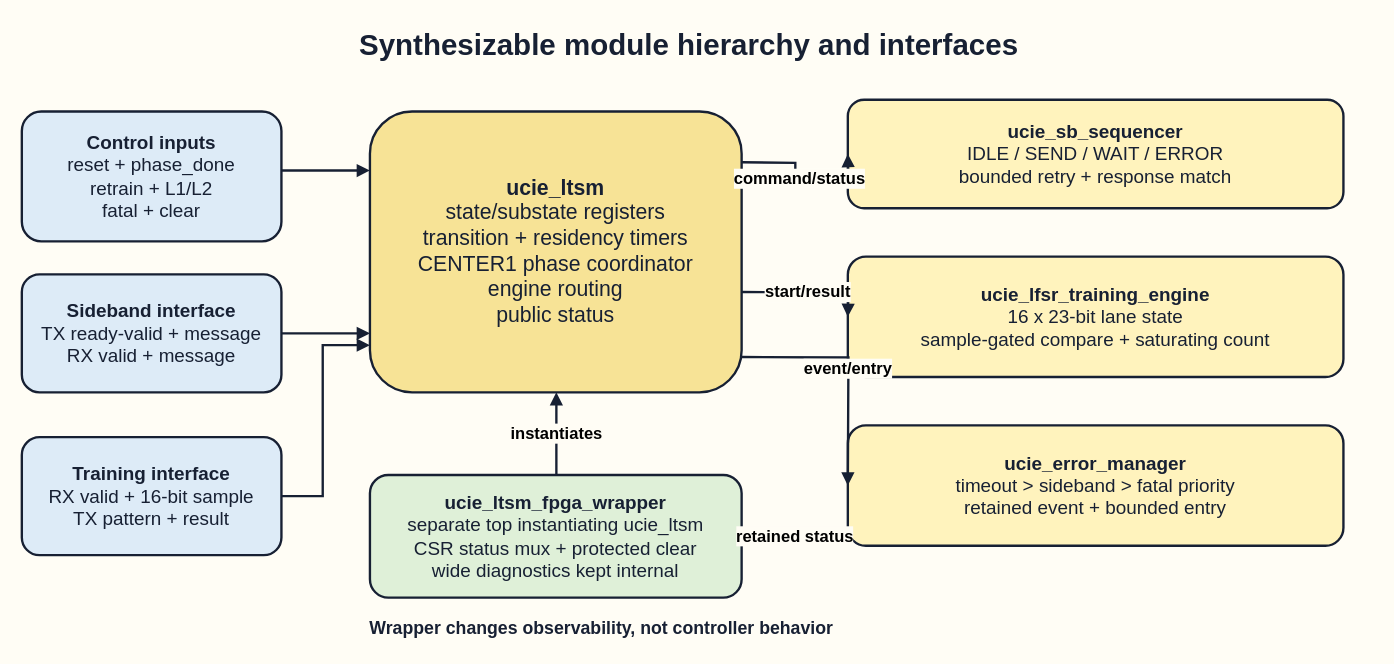
Varadain/ucie-ltsm keeps this draw.io diagram as journal/figures/source/fig02_rtl_architecture.drawio. Above is the earlier version. Source tidied: cells renumbered, new cells numbered last; positions are measured from the earlier drawing's top-left corner, leaving out a move shared by most shapes. Both pictures are drawn from the tidied source at 118%, with x=0, y=0 at pixel (21, 20).
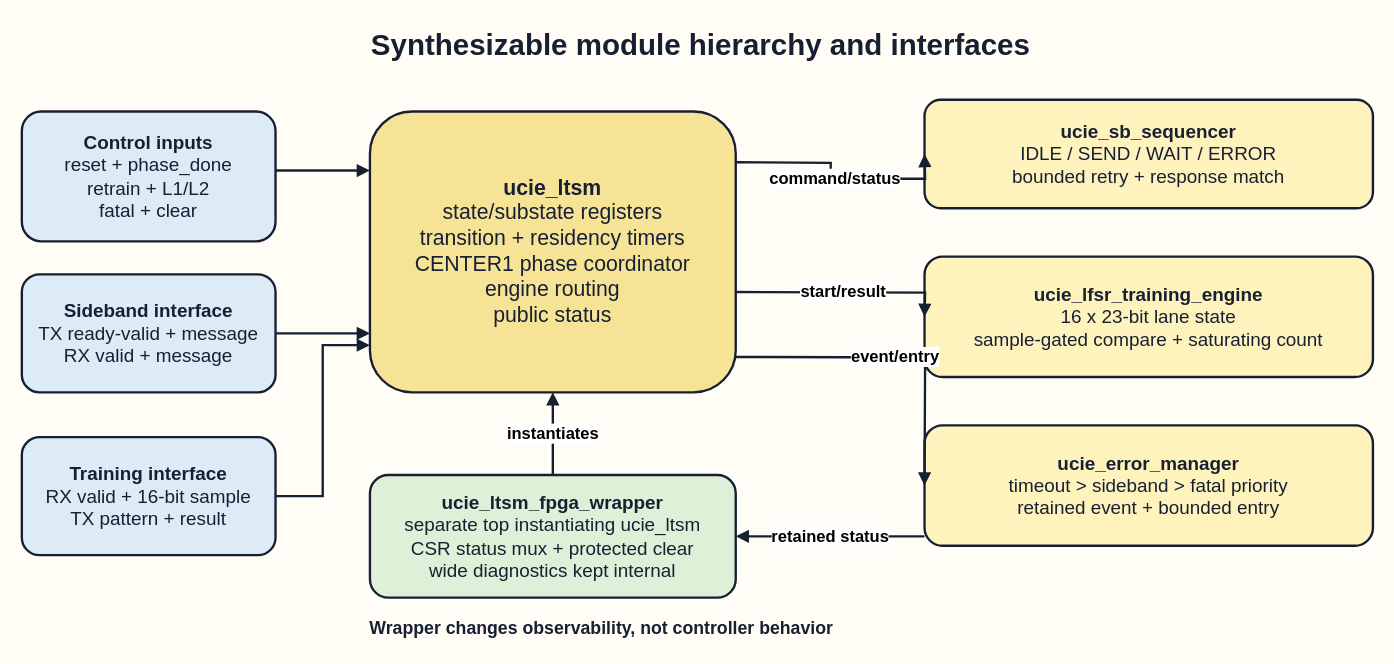
After the change.

The edit, as a diff of the source:
```diff
@@
     <mxCell id="2" value="Synthesizable module hierarchy and interfaces" style="text;html=1;align=center;verticalAlign=middle;fontFamily=Arial;fontSize=25;fontStyle=1;fontColor=#172033;" parent="1" vertex="1">
-      <mxGeometry x="165" width="800" height="40" as="geometry" />
+      <mxGeometry x="175" width="800" height="40" as="geometry" />
     </mxCell>
     <mxCell id="3" value="&lt;b&gt;Control inputs&lt;/b&gt;&lt;br&gt;reset + phase_done&lt;br&gt;retrain + L1/L2&lt;br&gt;fatal + clear" style="rounded=1;whiteSpace=wrap;html=1;fillColor=#DDEBF7;strokeColor=#172033;strokeWidth=2;fontFamily=Arial;fontSize=16;fontColor=#172033;dashed=0;spacing=8;" parent="1" vertex="1">
-      <mxGeometry y="77" width="220" height="110" as="geometry" />
+      <mxGeometry y="77" width="215" height="110" as="geometry" />
     </mxCell>
     <mxCell id="4" value="&lt;b&gt;Sideband interface&lt;/b&gt;&lt;br&gt;TX ready-valid + message&lt;br&gt;RX valid + message" style="rounded=1;whiteSpace=wrap;html=1;fillColor=#DDEBF7;strokeColor=#172033;strokeWidth=2;fontFamily=Arial;fontSize=16;fontColor=#172033;dashed=0;spacing=8;" parent="1" vertex="1">
-      <mxGeometry y="215" width="220" height="100" as="geometry" />
+      <mxGeometry y="215" width="215" height="100" as="geometry" />
     </mxCell>
     <mxCell id="5" value="&lt;b&gt;Training interface&lt;/b&gt;&lt;br&gt;RX valid + 16-bit sample&lt;br&gt;TX pattern + result" style="rounded=1;whiteSpace=wrap;html=1;fillColor=#DDEBF7;strokeColor=#172033;strokeWidth=2;fontFamily=Arial;fontSize=16;fontColor=#172033;dashed=0;spacing=8;" parent="1" vertex="1">
-      <mxGeometry y="353" width="220" height="100" as="geometry" />
+      <mxGeometry y="353" width="215" height="100" as="geometry" />
     </mxCell>
     <mxCell id="6" value="&lt;b&gt;ucie_ltsm&lt;/b&gt;&lt;br&gt;state/substate registers&lt;br&gt;transition + residency timers&lt;br&gt;CENTER1 phase coordinator&lt;br&gt;engine routing&lt;br&gt;public status" style="rounded=1;whiteSpace=wrap;html=1;fillColor=#F7E396;strokeColor=#172033;strokeWidth=2;fontFamily=Arial;fontSize=18;fontColor=#172033;dashed=0;spacing=8;" parent="1" vertex="1">
-      <mxGeometry x="295" y="77" width="315" height="238" as="geometry" />
+      <mxGeometry x="295" y="77" width="310" height="238" as="geometry" />
     </mxCell>
     <mxCell id="7" value="&lt;b&gt;ucie_sb_sequencer&lt;/b&gt;&lt;br&gt;IDLE / SEND / WAIT / ERROR&lt;br&gt;bounded retry + response match" style="rounded=1;whiteSpace=wrap;html=1;fillColor=#FFF3BD;strokeColor=#172033;strokeWidth=2;fontFamily=Arial;fontSize=16;fontColor=#172033;dashed=0;spacing=8;" parent="1" vertex="1">
-      <mxGeometry x="700" y="67" width="420" height="92" as="geometry" />
+      <mxGeometry x="765" y="67" width="380" height="92" as="geometry" />
     </mxCell>
     <mxCell id="8" value="&lt;b&gt;ucie_lfsr_training_engine&lt;/b&gt;&lt;br&gt;16 x 23-bit lane state&lt;br&gt;sample-gated compare + saturating count" style="rounded=1;whiteSpace=wrap;html=1;fillColor=#FFF3BD;strokeColor=#172033;strokeWidth=2;fontFamily=Arial;fontSize=16;fontColor=#172033;dashed=0;spacing=8;" parent="1" vertex="1">
-      <mxGeometry x="700" y="200" width="420" height="102" as="geometry" />
+      <mxGeometry x="765" y="200" width="380" height="102" as="geometry" />
     </mxCell>
     <mxCell id="9" value="&lt;b&gt;ucie_error_manager&lt;/b&gt;&lt;br&gt;timeout &amp;gt; sideband &amp;gt; fatal priority&lt;br&gt;retained event + bounded entry" style="rounded=1;whiteSpace=wrap;html=1;fillColor=#FFF3BD;strokeColor=#172033;strokeWidth=2;fontFamily=Arial;fontSize=16;fontColor=#172033;dashed=0;spacing=8;" parent="1" vertex="1">
-      <mxGeometry x="700" y="343" width="420" height="102" as="geometry" />
+      <mxGeometry x="765" y="343" width="380" height="102" as="geometry" />
     </mxCell>
     <mxCell id="10" value="&lt;b&gt;ucie_ltsm_fpga_wrapper&lt;/b&gt;&lt;br&gt;separate top instantiating ucie_ltsm&lt;br&gt;CSR status mux + protected clear&lt;br&gt;wide diagnostics kept internal" style="rounded=1;whiteSpace=wrap;html=1;fillColor=#DFF0D8;strokeColor=#172033;strokeWidth=2;fontFamily=Arial;fontSize=16;fontColor=#172033;dashed=0;spacing=8;" parent="1" vertex="1">
-      <mxGeometry x="295" y="385" width="315" height="104" as="geometry" />
+      <mxGeometry x="295" y="385" width="310" height="104" as="geometry" />
     </mxCell>
-    <mxCell id="11" style="edgeStyle=orthogonalEdgeStyle;rounded=0;orthogonalLoop=1;jettySize=auto;html=1;endArrow=block;endFill=1;strokeWidth=2;strokeColor=#172033;dashed=0;fontFamily=Arial;fontSize=14;fontStyle=1;labelBackgroundColor=#FFFDF5;" parent="1" edge="1">
+    <mxCell id="11" style="edgeStyle=orthogonalEdgeStyle;rounded=0;orthogonalLoop=1;jettySize=auto;html=1;endArrow=block;endFill=1;strokeWidth=2;strokeColor=#172033;dashed=0;fontFamily=Arial;fontSize=14;fontStyle=1;labelBackgroundColor=#ffffff;" parent="1" edge="1">
       <mxGeometry relative="1" as="geometry">
-        <mxPoint x="220" y="127" as="sourcePoint" />
+        <mxPoint x="215" y="127" as="sourcePoint" />
         <mxPoint x="295" y="127" as="targetPoint" />
       </mxGeometry>
     </mxCell>
-    <mxCell id="12" style="edgeStyle=orthogonalEdgeStyle;rounded=0;orthogonalLoop=1;jettySize=auto;html=1;endArrow=block;endFill=1;strokeWidth=2;strokeColor=#172033;dashed=0;fontFamily=Arial;fontSize=14;fontStyle=1;labelBackgroundColor=#FFFDF5;" parent="1" edge="1">
+    <mxCell id="12" style="edgeStyle=orthogonalEdgeStyle;rounded=0;orthogonalLoop=1;jettySize=auto;html=1;endArrow=block;endFill=1;strokeWidth=2;strokeColor=#172033;dashed=0;fontFamily=Arial;fontSize=14;fontStyle=1;labelBackgroundColor=#ffffff;" parent="1" edge="1">
       <mxGeometry relative="1" as="geometry">
-        <mxPoint x="220" y="265" as="sourcePoint" />
+        <mxPoint x="215" y="265" as="sourcePoint" />
         <mxPoint x="295" y="265" as="targetPoint" />
       </mxGeometry>
     </mxCell>
-    <mxCell id="13" style="edgeStyle=orthogonalEdgeStyle;rounded=0;orthogonalLoop=1;jettySize=auto;html=1;endArrow=block;endFill=1;strokeWidth=2;strokeColor=#172033;dashed=0;fontFamily=Arial;fontSize=14;fontStyle=1;labelBackgroundColor=#FFFDF5;" parent="1" edge="1">
+    <mxCell id="13" style="edgeStyle=orthogonalEdgeStyle;rounded=0;orthogonalLoop=1;jettySize=auto;html=1;endArrow=block;endFill=1;strokeWidth=2;strokeColor=#172033;dashed=0;fontFamily=Arial;fontSize=14;fontStyle=1;labelBackgroundColor=#ffffff;" parent="1" edge="1">
       <mxGeometry relative="1" as="geometry">
-        <mxPoint x="220" y="403" as="sourcePoint" />
+        <mxPoint x="215" y="403" as="sourcePoint" />
         <mxPoint x="295" y="275" as="targetPoint" />
         <Array as="points">
           <mxPoint x="255" y="403" />
           <mxPoint x="255" y="275" />
         </Array>
       </mxGeometry>
     </mxCell>
-    <mxCell id="14" value="command/status" style="edgeStyle=orthogonalEdgeStyle;rounded=0;orthogonalLoop=1;jettySize=auto;html=1;endArrow=block;endFill=1;strokeWidth=2;strokeColor=#172033;dashed=0;fontFamily=Arial;fontSize=14;fontStyle=1;labelBackgroundColor=#FFFDF5;" parent="1" edge="1">
+    <mxCell id="14" value="command/status" style="edgeStyle=orthogonalEdgeStyle;rounded=0;orthogonalLoop=1;jettySize=auto;html=1;endArrow=block;endFill=1;strokeWidth=2;strokeColor=#172033;dashed=0;fontFamily=Arial;fontSize=14;fontStyle=1;labelBackgroundColor=#ffffff;" parent="1" edge="1">
       <mxGeometry relative="1" as="geometry">
-        <mxPoint x="610" y="120" as="sourcePoint" />
-        <mxPoint x="700" y="113" as="targetPoint" />
+        <mxPoint x="605" y="120" as="sourcePoint" />
+        <mxPoint x="765" y="113" as="targetPoint" />
       </mxGeometry>
     </mxCell>
-    <mxCell id="15" value="start/result" style="edgeStyle=orthogonalEdgeStyle;rounded=0;orthogonalLoop=1;jettySize=auto;html=1;endArrow=block;endFill=1;strokeWidth=2;strokeColor=#172033;dashed=0;fontFamily=Arial;fontSize=14;fontStyle=1;labelBackgroundColor=#FFFDF5;" parent="1" edge="1">
+    <mxCell id="15" value="start/result" style="edgeStyle=orthogonalEdgeStyle;rounded=0;orthogonalLoop=1;jettySize=auto;html=1;endArrow=block;endFill=1;strokeWidth=2;strokeColor=#172033;dashed=0;fontFamily=Arial;fontSize=14;fontStyle=1;labelBackgroundColor=#ffffff;" parent="1" edge="1">
       <mxGeometry relative="1" as="geometry">
-        <mxPoint x="610" y="230" as="sourcePoint" />
-        <mxPoint x="700" y="251" as="targetPoint" />
+        <mxPoint x="605" y="230" as="sourcePoint" />
+        <mxPoint x="765" y="251" as="targetPoint" />
       </mxGeometry>
     </mxCell>
-    <mxCell id="16" value="event/entry" style="edgeStyle=orthogonalEdgeStyle;rounded=0;orthogonalLoop=1;jettySize=auto;html=1;endArrow=block;endFill=1;strokeWidth=2;strokeColor=#172033;dashed=0;fontFamily=Arial;fontSize=14;fontStyle=1;labelBackgroundColor=#FFFDF5;" parent="1" edge="1">
+    <mxCell id="16" value="event/entry" style="edgeStyle=orthogonalEdgeStyle;rounded=0;orthogonalLoop=1;jettySize=auto;html=1;endArrow=block;endFill=1;strokeWidth=2;strokeColor=#172033;dashed=0;fontFamily=Arial;fontSize=14;fontStyle=1;labelBackgroundColor=#ffffff;" parent="1" edge="1">
       <mxGeometry relative="1" as="geometry">
-        <mxPoint x="610" y="285" as="sourcePoint" />
-        <mxPoint x="700" y="394" as="targetPoint" />
+        <mxPoint x="605" y="285" as="sourcePoint" />
+        <mxPoint x="765" y="394" as="targetPoint" />
       </mxGeometry>
     </mxCell>
-    <mxCell id="17" value="instantiates" style="edgeStyle=orthogonalEdgeStyle;rounded=0;orthogonalLoop=1;jettySize=auto;html=1;endArrow=block;endFill=1;strokeWidth=2;strokeColor=#172033;dashed=0;fontFamily=Arial;fontSize=14;fontStyle=1;labelBackgroundColor=#FFFDF5;" parent="1" edge="1">
+    <mxCell id="17" value="instantiates" style="edgeStyle=orthogonalEdgeStyle;rounded=0;orthogonalLoop=1;jettySize=auto;html=1;endArrow=block;endFill=1;strokeWidth=2;strokeColor=#172033;dashed=0;fontFamily=Arial;fontSize=14;fontStyle=1;labelBackgroundColor=#ffffff;" parent="1" edge="1">
       <mxGeometry relative="1" as="geometry">
-        <mxPoint x="453" y="385" as="sourcePoint" />
-        <mxPoint x="453" y="315" as="targetPoint" />
+        <mxPoint x="450" y="385" as="sourcePoint" />
+        <mxPoint x="450" y="315" as="targetPoint" />
       </mxGeometry>
     </mxCell>
-    <mxCell id="18" value="retained status" style="edgeStyle=orthogonalEdgeStyle;rounded=0;orthogonalLoop=1;jettySize=auto;html=1;endArrow=block;endFill=1;strokeWidth=2;strokeColor=#172033;dashed=0;fontFamily=Arial;fontSize=14;fontStyle=1;labelBackgroundColor=#FFFDF5;" parent="1" edge="1">
+    <mxCell id="18" value="retained status" style="edgeStyle=orthogonalEdgeStyle;rounded=0;orthogonalLoop=1;jettySize=auto;html=1;endArrow=block;endFill=1;strokeWidth=2;strokeColor=#172033;dashed=0;fontFamily=Arial;fontSize=14;fontStyle=1;labelBackgroundColor=#ffffff;" parent="1" edge="1">
       <mxGeometry relative="1" as="geometry">
-        <mxPoint x="700" y="437" as="sourcePoint" />
-        <mxPoint x="610" y="437" as="targetPoint" />
+        <mxPoint x="765" y="437" as="sourcePoint" />
+        <mxPoint x="605" y="437" as="targetPoint" />
       </mxGeometry>
     </mxCell>
```
